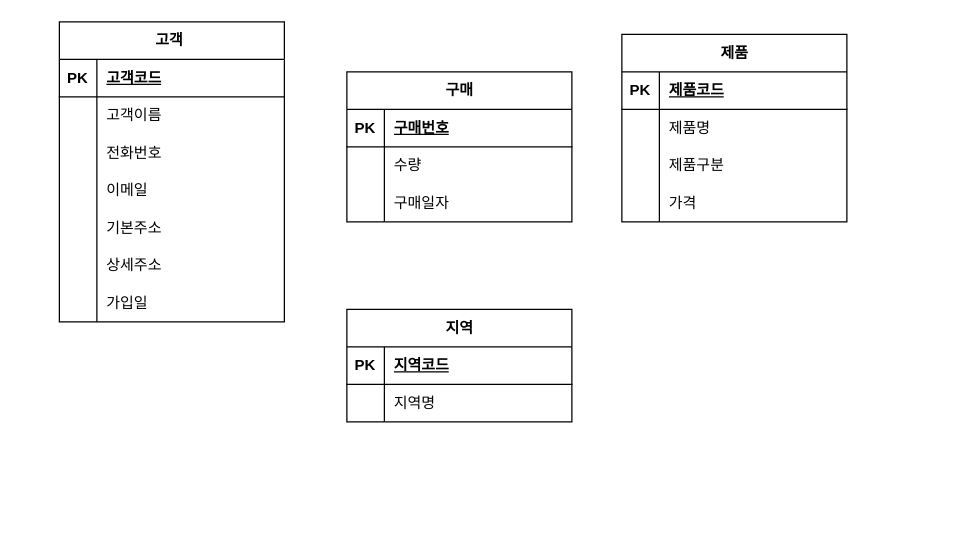
jh0322/erd keeps this draw.io diagram as page "페이지-2" (2 of 2) of 제목 없는 다이어그램.drawio. Above is the earlier version. Source tidied: cells renumbered, new cells numbered last; positions are measured from the earlier drawing's top-left corner, leaving out a move shared by most shapes. Both pictures are drawn from the tidied source at 125%, with x=0, y=0 at pixel (59, 21).
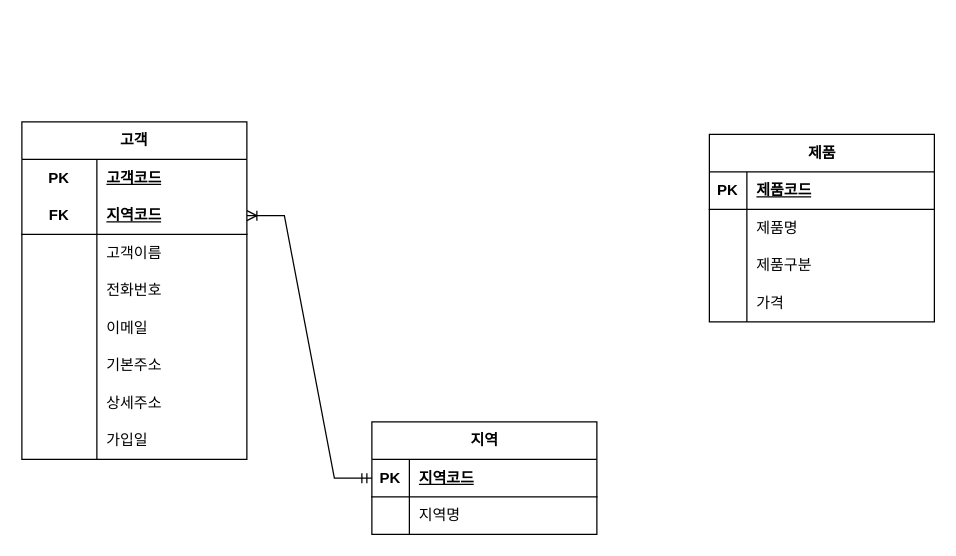
After the change.

Commit message:
제목 없는 다이어그램.drawio 업데이트

Unchanged cells that the change refers to:
```xml
<mxCell id="48" style="shape=tableRow;horizontal=0;startSize=0;swimlaneHead=0;swimlaneBody=0;fillColor=none;points=[[0,0.5],[1,0.5]];portConstraint=eastwest;top=0;left=0;right=0;bottom=1;" parent="47" vertex="1">
  <mxGeometry y="30" width="180" height="30" as="geometry" />
</mxCell>
```

The edit, as a diff of the source:
```diff
@@
-    <mxCell id="2" value="고객&lt;span style=&quot;white-space: pre;&quot;&gt;&#9;&lt;/span&gt;" style="shape=table;startSize=30;childLayout=tableLayout;rowLines=0;fontStyle=1;align=center;html=1;" parent="1" vertex="1">
-      <mxGeometry width="180" height="240" as="geometry" />
-    </mxCell>
-    <mxCell id="3" style="shape=tableRow;horizontal=0;startSize=0;swimlaneHead=0;swimlaneBody=0;fillColor=none;top=0;left=0;right=0;bottom=1;" parent="2" vertex="1">
-      <mxGeometry y="30" width="180" height="30" as="geometry" />
-    </mxCell>
-    <mxCell id="4" value="PK" style="shape=partialRectangle;fillColor=none;top=0;left=0;bottom=0;right=0;fontStyle=1;overflow=hidden;whiteSpace=wrap;html=1;" parent="3" vertex="1">
-      <mxGeometry width="30" height="30" as="geometry" />
-    </mxCell>
-    <mxCell id="5" value="고객코드" style="shape=partialRectangle;fillColor=none;top=0;left=0;bottom=0;right=0;align=left;spacingLeft=6;fontStyle=5;overflow=hidden;whiteSpace=wrap;html=1;" parent="3" vertex="1">
-      <mxGeometry x="30" width="150" height="30" as="geometry" />
-    </mxCell>
-    <mxCell id="6" style="shape=tableRow;horizontal=0;startSize=0;swimlaneHead=0;swimlaneBody=0;fillColor=none;top=0;left=0;right=0;bottom=0;" parent="2" vertex="1">
-      <mxGeometry y="60" width="180" height="30" as="geometry" />
-    </mxCell>
-    <mxCell id="7" style="shape=partialRectangle;fillColor=none;top=0;left=0;bottom=0;right=0;overflow=hidden;whiteSpace=wrap;html=1;" parent="6" vertex="1">
-      <mxGeometry width="30" height="30" as="geometry" />
-    </mxCell>
-    <mxCell id="8" value="고객이름&lt;span style=&quot;white-space: pre;&quot;&gt;&#9;&lt;/span&gt;" style="shape=partialRectangle;fillColor=none;top=0;left=0;bottom=0;right=0;align=left;spacingLeft=6;overflow=hidden;whiteSpace=wrap;html=1;" parent="6" vertex="1">
-      <mxGeometry x="30" width="150" height="30" as="geometry" />
-    </mxCell>
-    <mxCell id="9" style="shape=tableRow;horizontal=0;startSize=0;swimlaneHead=0;swimlaneBody=0;fillColor=none;top=0;left=0;right=0;bottom=0;" parent="2" vertex="1">
-      <mxGeometry y="90" width="180" height="30" as="geometry" />
-    </mxCell>
-    <mxCell id="10" style="shape=partialRectangle;fillColor=none;top=0;left=0;bottom=0;right=0;overflow=hidden;whiteSpace=wrap;html=1;" parent="9" vertex="1">
-      <mxGeometry width="30" height="30" as="geometry" />
-    </mxCell>
-    <mxCell id="11" value="전화번호" style="shape=partialRectangle;fillColor=none;top=0;left=0;bottom=0;right=0;align=left;spacingLeft=6;overflow=hidden;whiteSpace=wrap;html=1;" parent="9" vertex="1">
-      <mxGeometry x="30" width="150" height="30" as="geometry" />
-    </mxCell>
-    <mxCell id="12" style="shape=tableRow;horizontal=0;startSize=0;swimlaneHead=0;swimlaneBody=0;fillColor=none;top=0;left=0;right=0;bottom=0;" parent="2" vertex="1">
-      <mxGeometry y="120" width="180" height="30" as="geometry" />
-    </mxCell>
-    <mxCell id="13" style="shape=partialRectangle;fillColor=none;top=0;left=0;bottom=0;right=0;overflow=hidden;whiteSpace=wrap;html=1;" parent="12" vertex="1">
-      <mxGeometry width="30" height="30" as="geometry" />
-    </mxCell>
-    <mxCell id="14" value="이메일" style="shape=partialRectangle;fillColor=none;top=0;left=0;bottom=0;right=0;align=left;spacingLeft=6;overflow=hidden;whiteSpace=wrap;html=1;" parent="12" vertex="1">
-      <mxGeometry x="30" width="150" height="30" as="geometry" />
-    </mxCell>
-    <mxCell id="15" style="shape=tableRow;horizontal=0;startSize=0;swimlaneHead=0;swimlaneBody=0;fillColor=none;top=0;left=0;right=0;bottom=0;" parent="2" vertex="1">
-      <mxGeometry y="150" width="180" height="30" as="geometry" />
-    </mxCell>
-    <mxCell id="16" style="shape=partialRectangle;fillColor=none;top=0;left=0;bottom=0;right=0;overflow=hidden;whiteSpace=wrap;html=1;" parent="15" vertex="1">
-      <mxGeometry width="30" height="30" as="geometry" />
-    </mxCell>
-    <mxCell id="17" value="기본주소" style="shape=partialRectangle;fillColor=none;top=0;left=0;bottom=0;right=0;align=left;spacingLeft=6;overflow=hidden;whiteSpace=wrap;html=1;" parent="15" vertex="1">
-      <mxGeometry x="30" width="150" height="30" as="geometry" />
-    </mxCell>
-    <mxCell id="18" style="shape=tableRow;horizontal=0;startSize=0;swimlaneHead=0;swimlaneBody=0;fillColor=none;top=0;left=0;right=0;bottom=0;" parent="2" vertex="1">
-      <mxGeometry y="180" width="180" height="30" as="geometry" />
-    </mxCell>
-    <mxCell id="19" style="shape=partialRectangle;fillColor=none;top=0;left=0;bottom=0;right=0;overflow=hidden;whiteSpace=wrap;html=1;" parent="18" vertex="1">
-      <mxGeometry width="30" height="30" as="geometry" />
-    </mxCell>
-    <mxCell id="20" value="상세주소" style="shape=partialRectangle;fillColor=none;top=0;left=0;bottom=0;right=0;align=left;spacingLeft=6;overflow=hidden;whiteSpace=wrap;html=1;" parent="18" vertex="1">
-      <mxGeometry x="30" width="150" height="30" as="geometry" />
-    </mxCell>
-    <mxCell id="21" style="shape=tableRow;horizontal=0;startSize=0;swimlaneHead=0;swimlaneBody=0;fillColor=none;top=0;left=0;right=0;bottom=0;" parent="2" vertex="1">
-      <mxGeometry y="210" width="180" height="30" as="geometry" />
-    </mxCell>
-    <mxCell id="22" style="shape=partialRectangle;fillColor=none;top=0;left=0;bottom=0;right=0;overflow=hidden;whiteSpace=wrap;html=1;" parent="21" vertex="1">
-      <mxGeometry width="30" height="30" as="geometry" />
-    </mxCell>
-    <mxCell id="23" value="가입일" style="shape=partialRectangle;fillColor=none;top=0;left=0;bottom=0;right=0;align=left;spacingLeft=6;overflow=hidden;whiteSpace=wrap;html=1;" parent="21" vertex="1">
-      <mxGeometry x="30" width="150" height="30" as="geometry" />
-    </mxCell>
-    <mxCell id="24" value="구매" style="shape=table;startSize=30;childLayout=tableLayout;rowLines=0;fontStyle=1;align=center;html=1;" parent="1" vertex="1">
-      <mxGeometry x="230" y="40" width="180" height="120" as="geometry" />
-    </mxCell>
-    <mxCell id="25" style="shape=tableRow;horizontal=0;startSize=0;swimlaneHead=0;swimlaneBody=0;fillColor=none;top=0;left=0;right=0;bottom=1;" parent="24" vertex="1">
-      <mxGeometry y="30" width="180" height="30" as="geometry" />
-    </mxCell>
-    <mxCell id="26" value="PK" style="shape=partialRectangle;fillColor=none;top=0;left=0;bottom=0;right=0;fontStyle=1;overflow=hidden;whiteSpace=wrap;html=1;" parent="25" vertex="1">
-      <mxGeometry width="30" height="30" as="geometry" />
-    </mxCell>
-    <mxCell id="27" value="구매번호" style="shape=partialRectangle;fillColor=none;top=0;left=0;bottom=0;right=0;align=left;spacingLeft=6;fontStyle=5;overflow=hidden;whiteSpace=wrap;html=1;" parent="25" vertex="1">
-      <mxGeometry x="30" width="150" height="30" as="geometry" />
-    </mxCell>
-    <mxCell id="28" style="shape=tableRow;horizontal=0;startSize=0;swimlaneHead=0;swimlaneBody=0;fillColor=none;top=0;left=0;right=0;bottom=0;" parent="24" vertex="1">
-      <mxGeometry y="60" width="180" height="30" as="geometry" />
-    </mxCell>
-    <mxCell id="29" style="shape=partialRectangle;fillColor=none;top=0;left=0;bottom=0;right=0;overflow=hidden;whiteSpace=wrap;html=1;" parent="28" vertex="1">
-      <mxGeometry width="30" height="30" as="geometry" />
-    </mxCell>
-    <mxCell id="30" value="수량" style="shape=partialRectangle;fillColor=none;top=0;left=0;bottom=0;right=0;align=left;spacingLeft=6;overflow=hidden;whiteSpace=wrap;html=1;" parent="28" vertex="1">
-      <mxGeometry x="30" width="150" height="30" as="geometry" />
-    </mxCell>
-    <mxCell id="31" style="shape=tableRow;horizontal=0;startSize=0;swimlaneHead=0;swimlaneBody=0;fillColor=none;top=0;left=0;right=0;bottom=0;" parent="24" vertex="1">
-      <mxGeometry y="90" width="180" height="30" as="geometry" />
-    </mxCell>
-    <mxCell id="32" style="shape=partialRectangle;fillColor=none;top=0;left=0;bottom=0;right=0;overflow=hidden;whiteSpace=wrap;html=1;" parent="31" vertex="1">
-      <mxGeometry width="30" height="30" as="geometry" />
-    </mxCell>
-    <mxCell id="33" value="구매일자" style="shape=partialRectangle;fillColor=none;top=0;left=0;bottom=0;right=0;align=left;spacingLeft=6;overflow=hidden;whiteSpace=wrap;html=1;" parent="31" vertex="1">
-      <mxGeometry x="30" width="150" height="30" as="geometry" />
-    </mxCell>
     <mxCell id="34" value="제품" style="shape=table;startSize=30;childLayout=tableLayout;rowLines=0;fontStyle=1;align=center;html=1;" parent="1" vertex="1">
-      <mxGeometry x="450" y="10" width="180" height="150" as="geometry" />
+      <mxGeometry x="520" y="90" width="180" height="150" as="geometry" />
     </mxCell>
@@
     <mxCell id="47" value="지역" style="shape=table;startSize=30;childLayout=tableLayout;rowLines=0;fontStyle=1;align=center;html=1;" parent="1" vertex="1">
-      <mxGeometry x="230" y="230" width="180" height="90" as="geometry" />
+      <mxGeometry x="250" y="320" width="180" height="90" as="geometry" />
     </mxCell>
@@
+    <mxCell id="2" value="고객" style="shape=table;startSize=30;childLayout=tableLayout;rowLines=0;fontStyle=1;align=center;html=1;whiteSpace=wrap;" parent="1" vertex="1">
+      <mxGeometry x="-30" y="80" width="180" height="270" as="geometry" />
+    </mxCell>
+    <mxCell id="54" style="shape=tableRow;horizontal=0;startSize=0;swimlaneHead=0;swimlaneBody=0;fillColor=none;top=0;left=0;right=0;bottom=0;html=1;" parent="2" vertex="1">
+      <mxGeometry y="30" width="180" height="30" as="geometry" />
+    </mxCell>
+    <mxCell id="55" value="PK" style="shape=partialRectangle;fillColor=none;top=0;left=0;bottom=0;right=0;fontStyle=1;overflow=hidden;html=1;whiteSpace=wrap;" parent="54" vertex="1">
+      <mxGeometry width="60" height="30" as="geometry" />
+    </mxCell>
+    <mxCell id="5" value="고객코드" style="shape=partialRectangle;fillColor=none;top=0;left=0;bottom=0;right=0;align=left;spacingLeft=6;fontStyle=5;overflow=hidden;html=1;whiteSpace=wrap;" parent="54" vertex="1">
+      <mxGeometry x="60" width="120" height="30" as="geometry" />
+    </mxCell>
+    <mxCell id="56" style="shape=tableRow;horizontal=0;startSize=0;swimlaneHead=0;swimlaneBody=0;fillColor=none;points=[[0,0.5],[1,0.5]];portConstraint=eastwest;top=0;left=0;right=0;bottom=1;html=1;" parent="2" vertex="1">
+      <mxGeometry y="60" width="180" height="30" as="geometry" />
+    </mxCell>
+    <mxCell id="57" value="FK" style="shape=partialRectangle;fillColor=none;top=0;left=0;bottom=0;right=0;fontStyle=1;overflow=hidden;html=1;whiteSpace=wrap;" parent="56" vertex="1">
+      <mxGeometry width="60" height="30" as="geometry" />
+    </mxCell>
+    <mxCell id="58" value="지역코드" style="shape=partialRectangle;fillColor=none;top=0;left=0;bottom=0;right=0;align=left;spacingLeft=6;fontStyle=5;overflow=hidden;html=1;whiteSpace=wrap;" parent="56" vertex="1">
+      <mxGeometry x="60" width="120" height="30" as="geometry" />
+    </mxCell>
+    <mxCell id="59" style="shape=tableRow;horizontal=0;startSize=0;swimlaneHead=0;swimlaneBody=0;fillColor=none;top=0;left=0;right=0;bottom=0;html=1;" parent="2" vertex="1">
+      <mxGeometry y="90" width="180" height="30" as="geometry" />
+    </mxCell>
+    <mxCell id="60" style="shape=partialRectangle;fillColor=none;top=0;left=0;bottom=0;right=0;overflow=hidden;html=1;whiteSpace=wrap;" parent="59" vertex="1">
+      <mxGeometry width="60" height="30" as="geometry" />
+    </mxCell>
+    <mxCell id="8" value="고객이름" style="shape=partialRectangle;fillColor=none;top=0;left=0;bottom=0;right=0;align=left;spacingLeft=6;overflow=hidden;html=1;whiteSpace=wrap;" parent="59" vertex="1">
+      <mxGeometry x="60" width="120" height="30" as="geometry" />
+    </mxCell>
+    <mxCell id="61" style="shape=tableRow;horizontal=0;startSize=0;swimlaneHead=0;swimlaneBody=0;fillColor=none;top=0;left=0;right=0;bottom=0;html=1;" parent="2" vertex="1">
+      <mxGeometry y="120" width="180" height="30" as="geometry" />
+    </mxCell>
+    <mxCell id="62" style="shape=partialRectangle;fillColor=none;top=0;left=0;bottom=0;right=0;overflow=hidden;html=1;whiteSpace=wrap;" parent="61" vertex="1">
+      <mxGeometry width="60" height="30" as="geometry" />
+    </mxCell>
+    <mxCell id="11" value="전화번호" style="shape=partialRectangle;fillColor=none;top=0;left=0;bottom=0;right=0;align=left;spacingLeft=6;overflow=hidden;html=1;whiteSpace=wrap;" parent="61" vertex="1">
+      <mxGeometry x="60" width="120" height="30" as="geometry" />
+    </mxCell>
+    <mxCell id="63" style="shape=tableRow;horizontal=0;startSize=0;swimlaneHead=0;swimlaneBody=0;fillColor=none;top=0;left=0;right=0;bottom=0;html=1;" parent="2" vertex="1">
+      <mxGeometry y="150" width="180" height="30" as="geometry" />
+    </mxCell>
+    <mxCell id="64" style="shape=partialRectangle;fillColor=none;top=0;left=0;bottom=0;right=0;overflow=hidden;html=1;whiteSpace=wrap;" parent="63" vertex="1">
+      <mxGeometry width="60" height="30" as="geometry" />
+    </mxCell>
+    <mxCell id="14" value="이메일" style="shape=partialRectangle;fillColor=none;top=0;left=0;bottom=0;right=0;align=left;spacingLeft=6;overflow=hidden;html=1;whiteSpace=wrap;" parent="63" vertex="1">
+      <mxGeometry x="60" width="120" height="30" as="geometry" />
+    </mxCell>
+    <mxCell id="65" style="shape=tableRow;horizontal=0;startSize=0;swimlaneHead=0;swimlaneBody=0;fillColor=none;top=0;left=0;right=0;bottom=0;html=1;" parent="2" vertex="1">
+      <mxGeometry y="180" width="180" height="30" as="geometry" />
+    </mxCell>
+    <mxCell id="66" style="shape=partialRectangle;fillColor=none;top=0;left=0;bottom=0;right=0;overflow=hidden;html=1;whiteSpace=wrap;" parent="65" vertex="1">
+      <mxGeometry width="60" height="30" as="geometry" />
+    </mxCell>
+    <mxCell id="17" value="기본주소" style="shape=partialRectangle;fillColor=none;top=0;left=0;bottom=0;right=0;align=left;spacingLeft=6;overflow=hidden;html=1;whiteSpace=wrap;" parent="65" vertex="1">
+      <mxGeometry x="60" width="120" height="30" as="geometry" />
+    </mxCell>
+    <mxCell id="67" style="shape=tableRow;horizontal=0;startSize=0;swimlaneHead=0;swimlaneBody=0;fillColor=none;top=0;left=0;right=0;bottom=0;html=1;" parent="2" vertex="1">
+      <mxGeometry y="210" width="180" height="30" as="geometry" />
+    </mxCell>
+    <mxCell id="68" style="shape=partialRectangle;fillColor=none;top=0;left=0;bottom=0;right=0;overflow=hidden;html=1;whiteSpace=wrap;" parent="67" vertex="1">
+      <mxGeometry width="60" height="30" as="geometry" />
+    </mxCell>
+    <mxCell id="20" value="상세주소" style="shape=partialRectangle;fillColor=none;top=0;left=0;bottom=0;right=0;align=left;spacingLeft=6;overflow=hidden;html=1;whiteSpace=wrap;" parent="67" vertex="1">
+      <mxGeometry x="60" width="120" height="30" as="geometry" />
+    </mxCell>
+    <mxCell id="69" style="shape=tableRow;horizontal=0;startSize=0;swimlaneHead=0;swimlaneBody=0;fillColor=none;top=0;left=0;right=0;bottom=0;html=1;" parent="2" vertex="1">
+      <mxGeometry y="240" width="180" height="30" as="geometry" />
+    </mxCell>
+    <mxCell id="70" style="shape=partialRectangle;fillColor=none;top=0;left=0;bottom=0;right=0;overflow=hidden;html=1;whiteSpace=wrap;" parent="69" vertex="1">
+      <mxGeometry width="60" height="30" as="geometry" />
+    </mxCell>
+    <mxCell id="23" value="가입일" style="shape=partialRectangle;fillColor=none;top=0;left=0;bottom=0;right=0;align=left;spacingLeft=6;overflow=hidden;html=1;whiteSpace=wrap;" parent="69" vertex="1">
+      <mxGeometry x="60" width="120" height="30" as="geometry" />
+    </mxCell>
+    <mxCell id="71" style="edgeStyle=entityRelationEdgeStyle;fontSize=12;html=1;endArrow=ERoneToMany;startArrow=ERmandOne;rounded=0;entryX=1;entryY=0.5;entryDx=0;entryDy=0;exitX=0;exitY=0.5;exitDx=0;exitDy=0;" parent="1" edge="1" source="48" target="56">
+      <mxGeometry relative="1" as="geometry">
+        <Array as="points">
+          <mxPoint x="360" y="370" />
+          <mxPoint x="300" y="320" />
+        </Array>
+      </mxGeometry>
+    </mxCell>
```
